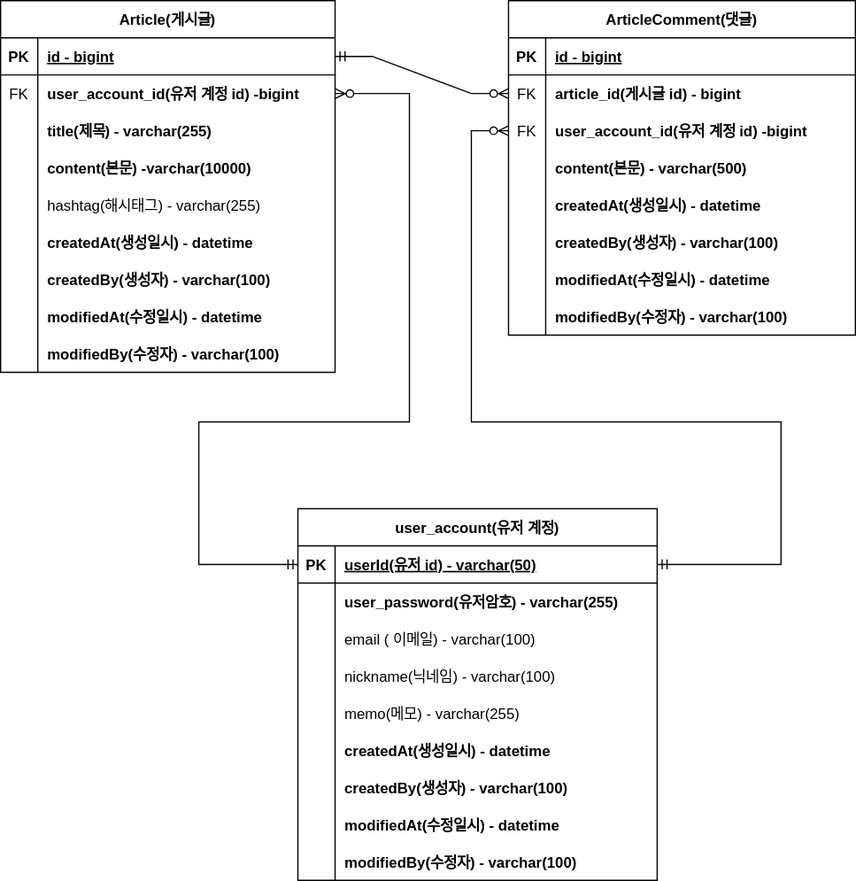
astrataraxia/fastcampus-project-board keeps this draw.io diagram as document/project-board-erd.svg. Above is the earlier version. Source tidied: cells renumbered, new cells last; positions are measured from the earlier drawing's top-left corner, leaving out a move shared by most shapes.
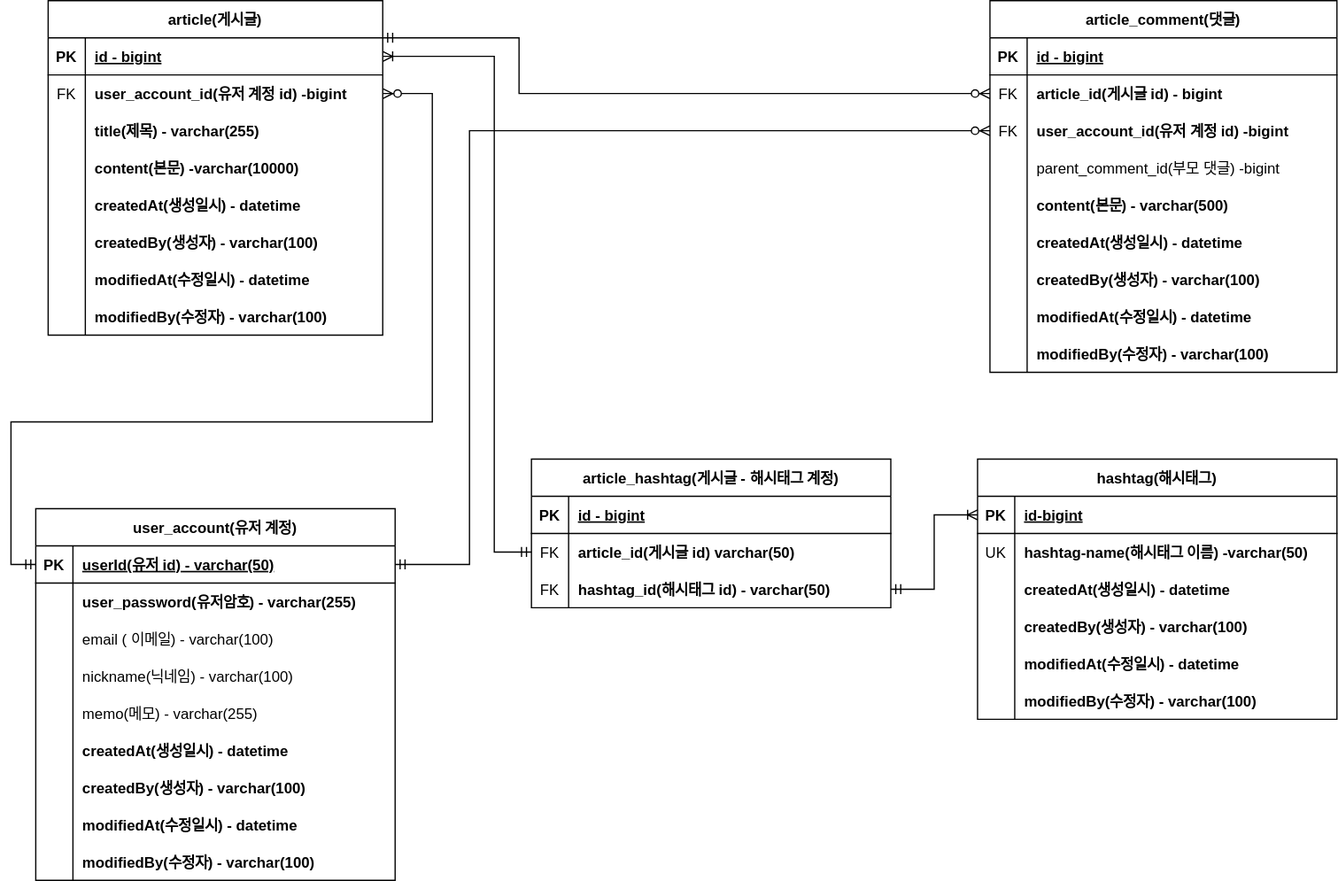
Above is the later version.

Commit message:
#52-project-board-erd.svg 업데이트 대댓글, 해시태그

The edit, as a diff of the source:
```diff
@@ -2,8 +2,8 @@
   <root>
     <mxCell id="0" />
     <mxCell id="1" parent="0" />
-    <mxCell id="2" value="Article(게시글)" style="shape=table;startSize=30;rowLines=0;fontStyle=1;align=center;" parent="1" vertex="1">
-      <mxGeometry width="270" height="300" as="geometry" />
+    <mxCell id="2" value="article(게시글)" style="shape=table;startSize=30;rowLines=0;fontStyle=1;align=center;" parent="1" vertex="1">
+      <mxGeometry x="-50" width="270" height="270" as="geometry" />
     </mxCell>
     <mxCell id="3" style="shape=partialRectangle;fillColor=none;points=[[0,0.5],[1,0.5]];portConstraint=eastwest;top=0;left=0;right=0;bottom=1;" parent="2" vertex="1">
       <mxGeometry y="30" width="270" height="30" as="geometry" />
@@ -41,17 +41,8 @@
     <mxCell id="14" value="content(본문) -varchar(10000)" style="shape=partialRectangle;overflow=hidden;fillColor=none;top=0;left=0;bottom=0;right=0;align=left;spacingLeft=6;fontStyle=1;" parent="12" vertex="1">
       <mxGeometry x="30" width="240" height="30" as="geometry" />
     </mxCell>
-    <mxCell id="15" style="shape=partialRectangle;fillColor=none;top=0;left=0;right=0;bottom=0;" parent="2" vertex="1">
-      <mxGeometry y="150" width="270" height="30" as="geometry" />
-    </mxCell>
-    <mxCell id="16" style="shape=partialRectangle;overflow=hidden;fillColor=none;top=0;left=0;bottom=0;right=0;" parent="15" vertex="1">
-      <mxGeometry width="30" height="30" as="geometry" />
-    </mxCell>
-    <mxCell id="17" value="hashtag(해시태그) - varchar(255)" style="shape=partialRectangle;overflow=hidden;fillColor=none;top=0;left=0;bottom=0;right=0;align=left;spacingLeft=6;" parent="15" vertex="1">
-      <mxGeometry x="30" width="240" height="30" as="geometry" />
-    </mxCell>
     <mxCell id="18" style="shape=partialRectangle;fillColor=none;top=0;left=0;right=0;bottom=0;" parent="2" vertex="1">
-      <mxGeometry y="180" width="270" height="30" as="geometry" />
+      <mxGeometry y="150" width="270" height="30" as="geometry" />
     </mxCell>
     <mxCell id="19" style="shape=partialRectangle;overflow=hidden;fillColor=none;top=0;left=0;bottom=0;right=0;" parent="18" vertex="1">
       <mxGeometry width="30" height="30" as="geometry" />
@@ -60,7 +51,7 @@
       <mxGeometry x="30" width="240" height="30" as="geometry" />
     </mxCell>
     <mxCell id="21" style="shape=partialRectangle;fillColor=none;top=0;left=0;right=0;bottom=0;" parent="2" vertex="1">
-      <mxGeometry y="210" width="270" height="30" as="geometry" />
+      <mxGeometry y="180" width="270" height="30" as="geometry" />
     </mxCell>
     <mxCell id="22" style="shape=partialRectangle;overflow=hidden;fillColor=none;top=0;left=0;bottom=0;right=0;" parent="21" vertex="1">
       <mxGeometry width="30" height="30" as="geometry" />
@@ -69,7 +60,7 @@
       <mxGeometry x="30" width="240" height="30" as="geometry" />
     </mxCell>
     <mxCell id="24" style="shape=partialRectangle;fillColor=none;top=0;left=0;right=0;bottom=0;" parent="2" vertex="1">
-      <mxGeometry y="240" width="270" height="30" as="geometry" />
+      <mxGeometry y="210" width="270" height="30" as="geometry" />
     </mxCell>
     <mxCell id="25" style="shape=partialRectangle;overflow=hidden;fillColor=none;top=0;left=0;bottom=0;right=0;" parent="24" vertex="1">
       <mxGeometry width="30" height="30" as="geometry" />
@@ -78,7 +69,7 @@
       <mxGeometry x="30" width="240" height="30" as="geometry" />
     </mxCell>
     <mxCell id="27" style="shape=partialRectangle;fillColor=none;top=0;left=0;right=0;bottom=0;" parent="2" vertex="1">
-      <mxGeometry y="270" width="270" height="30" as="geometry" />
+      <mxGeometry y="240" width="270" height="30" as="geometry" />
     </mxCell>
     <mxCell id="28" style="shape=partialRectangle;overflow=hidden;fillColor=none;top=0;left=0;bottom=0;right=0;" parent="27" vertex="1">
       <mxGeometry width="30" height="30" as="geometry" />
@@ -86,8 +77,8 @@
     <mxCell id="29" value="modifiedBy(수정자) - varchar(100)" style="shape=partialRectangle;overflow=hidden;fillColor=none;top=0;left=0;bottom=0;right=0;align=left;spacingLeft=6;fontStyle=1;" parent="27" vertex="1">
       <mxGeometry x="30" width="240" height="30" as="geometry" />
     </mxCell>
-    <mxCell id="30" value="ArticleComment(댓글)" style="shape=table;startSize=30;rowLines=0;fontStyle=1;align=center;" parent="1" vertex="1">
-      <mxGeometry x="410" width="280" height="270" as="geometry" />
+    <mxCell id="30" value="article_comment(댓글)" style="shape=table;startSize=30;rowLines=0;fontStyle=1;align=center;" parent="1" vertex="1">
+      <mxGeometry x="710" width="280" height="300" as="geometry" />
     </mxCell>
     <mxCell id="31" style="shape=partialRectangle;fillColor=none;top=0;left=0;right=0;bottom=1;" parent="30" vertex="1">
       <mxGeometry y="30" width="280" height="30" as="geometry" />
@@ -122,11 +113,20 @@
     <mxCell id="41" style="shape=partialRectangle;overflow=hidden;fillColor=none;top=0;left=0;bottom=0;right=0;" parent="40" vertex="1">
       <mxGeometry width="30" height="30" as="geometry" />
     </mxCell>
-    <mxCell id="42" value="content(본문) - varchar(500)" style="shape=partialRectangle;overflow=hidden;fillColor=none;top=0;left=0;bottom=0;right=0;align=left;spacingLeft=6;fontStyle=1;" parent="40" vertex="1">
+    <mxCell id="42" value="parent_comment_id(부모 댓글) -bigint" style="shape=partialRectangle;overflow=hidden;fillColor=none;top=0;left=0;bottom=0;right=0;align=left;spacingLeft=6;fontStyle=0;" parent="40" vertex="1">
       <mxGeometry x="30" width="250" height="30" as="geometry" />
     </mxCell>
+    <mxCell id="86" style="shape=partialRectangle;fillColor=none;top=0;left=0;right=0;bottom=0;" parent="30" vertex="1">
+      <mxGeometry y="150" width="280" height="30" as="geometry" />
+    </mxCell>
+    <mxCell id="16" style="shape=partialRectangle;overflow=hidden;fillColor=none;top=0;left=0;bottom=0;right=0;" parent="86" vertex="1">
+      <mxGeometry width="30" height="30" as="geometry" />
+    </mxCell>
+    <mxCell id="87" value="content(본문) - varchar(500)" style="shape=partialRectangle;overflow=hidden;fillColor=none;top=0;left=0;bottom=0;right=0;align=left;spacingLeft=6;fontStyle=1;" parent="86" vertex="1">
+      <mxGeometry x="30" width="250" height="30" as="geometry" />
+    </mxCell>
     <mxCell id="43" style="shape=partialRectangle;fillColor=none;top=0;left=0;right=0;bottom=0;" parent="30" vertex="1">
-      <mxGeometry y="150" width="280" height="30" as="geometry" />
+      <mxGeometry y="180" width="280" height="30" as="geometry" />
     </mxCell>
     <mxCell id="44" style="shape=partialRectangle;overflow=hidden;fillColor=none;top=0;left=0;bottom=0;right=0;" parent="43" vertex="1">
       <mxGeometry width="30" height="30" as="geometry" />
@@ -135,7 +135,7 @@
       <mxGeometry x="30" width="250" height="30" as="geometry" />
     </mxCell>
     <mxCell id="46" style="shape=partialRectangle;fillColor=none;top=0;left=0;right=0;bottom=0;" parent="30" vertex="1">
-      <mxGeometry y="180" width="280" height="30" as="geometry" />
+      <mxGeometry y="210" width="280" height="30" as="geometry" />
     </mxCell>
     <mxCell id="47" style="shape=partialRectangle;overflow=hidden;fillColor=none;top=0;left=0;bottom=0;right=0;" parent="46" vertex="1">
       <mxGeometry width="30" height="30" as="geometry" />
@@ -144,7 +144,7 @@
       <mxGeometry x="30" width="250" height="30" as="geometry" />
     </mxCell>
     <mxCell id="49" style="shape=partialRectangle;fillColor=none;top=0;left=0;right=0;bottom=0;" parent="30" vertex="1">
-      <mxGeometry y="210" width="280" height="30" as="geometry" />
+      <mxGeometry y="240" width="280" height="30" as="geometry" />
     </mxCell>
     <mxCell id="50" style="shape=partialRectangle;overflow=hidden;fillColor=none;top=0;left=0;bottom=0;right=0;" parent="49" vertex="1">
       <mxGeometry width="30" height="30" as="geometry" />
@@ -153,7 +153,7 @@
       <mxGeometry x="30" width="250" height="30" as="geometry" />
     </mxCell>
     <mxCell id="52" style="shape=partialRectangle;fillColor=none;top=0;left=0;right=0;bottom=0;" parent="30" vertex="1">
-      <mxGeometry y="240" width="280" height="30" as="geometry" />
+      <mxGeometry y="270" width="280" height="30" as="geometry" />
     </mxCell>
     <mxCell id="53" style="shape=partialRectangle;overflow=hidden;fillColor=none;top=0;left=0;bottom=0;right=0;" parent="52" vertex="1">
       <mxGeometry width="30" height="30" as="geometry" />
@@ -161,11 +161,16 @@
     <mxCell id="54" value="modifiedBy(수정자) - varchar(100)" style="shape=partialRectangle;overflow=hidden;fillColor=none;top=0;left=0;bottom=0;right=0;align=left;spacingLeft=6;fontStyle=1;" parent="52" vertex="1">
       <mxGeometry x="30" width="250" height="30" as="geometry" />
     </mxCell>
-    <mxCell id="55" style="edgeStyle=entityRelationEdgeStyle;fontSize=12;html=1;endArrow=ERzeroToMany;startArrow=ERmandOne;rounded=0;entryX=0;entryY=0.5;entryDx=0;entryDy=0;" parent="1" edge="1" source="3" target="34">
-      <mxGeometry relative="1" as="geometry" />
+    <mxCell id="55" style="edgeStyle=orthogonalEdgeStyle;fontSize=12;html=1;endArrow=ERzeroToMany;startArrow=ERmandOne;rounded=0;entryX=0;entryY=0.5;entryDx=0;entryDy=0;" parent="1" edge="1" source="3" target="34">
+      <mxGeometry relative="1" as="geometry">
+        <Array as="points">
+          <mxPoint x="330" y="30" />
+          <mxPoint x="330" y="75" />
+        </Array>
+      </mxGeometry>
     </mxCell>
     <mxCell id="56" value="user_account(유저 계정)" style="shape=table;startSize=30;rowLines=0;fontStyle=1;align=center;" parent="1" vertex="1">
-      <mxGeometry x="240" y="410" width="290" height="300" as="geometry" />
+      <mxGeometry x="-60" y="410" width="290" height="300" as="geometry" />
     </mxCell>
     <mxCell id="57" style="shape=tableRow;horizontal=0;startSize=0;swimlaneHead=0;swimlaneBody=0;fillColor=none;points=[[0,0.5],[1,0.5]];portConstraint=eastwest;top=0;left=0;right=0;bottom=1;" parent="56" vertex="1">
       <mxGeometry y="30" width="290" height="30" as="geometry" />
@@ -251,22 +256,118 @@
     <mxCell id="84" style="edgeStyle=orthogonalEdgeStyle;fontSize=12;html=1;endArrow=ERzeroToMany;startArrow=ERmandOne;rounded=0;entryX=1;entryY=0.5;entryDx=0;entryDy=0;exitX=0;exitY=0.5;exitDx=0;exitDy=0;elbow=vertical;" parent="1" edge="1" source="57" target="6">
       <mxGeometry relative="1" as="geometry">
         <Array as="points">
-          <mxPoint x="160" y="455" />
-          <mxPoint x="160" y="340" />
-          <mxPoint x="330" y="340" />
-          <mxPoint x="330" y="75" />
+          <mxPoint x="-80" y="455" />
+          <mxPoint x="-80" y="340" />
+          <mxPoint x="260" y="340" />
+          <mxPoint x="260" y="75" />
         </Array>
       </mxGeometry>
     </mxCell>
     <mxCell id="85" style="edgeStyle=orthogonalEdgeStyle;fontSize=12;html=1;endArrow=ERzeroToMany;startArrow=ERmandOne;rounded=0;entryX=0;entryY=0.5;entryDx=0;entryDy=0;exitX=1;exitY=0.5;exitDx=0;exitDy=0;elbow=vertical;" parent="1" edge="1" source="57" target="37">
       <mxGeometry relative="1" as="geometry">
         <Array as="points">
-          <mxPoint x="630" y="455" />
-          <mxPoint x="630" y="340" />
-          <mxPoint x="380" y="340" />
-          <mxPoint x="380" y="105" />
+          <mxPoint x="290" y="455" />
+          <mxPoint x="290" y="105" />
         </Array>
       </mxGeometry>
     </mxCell>
+    <mxCell id="88" value="article_hashtag(게시글 - 해시태그 계정)" style="shape=table;startSize=30;rowLines=0;fontStyle=1;align=center;" parent="1" vertex="1">
+      <mxGeometry x="340" y="370" width="290" height="120" as="geometry" />
+    </mxCell>
+    <mxCell id="89" style="shape=tableRow;horizontal=0;startSize=0;swimlaneHead=0;swimlaneBody=0;fillColor=none;top=0;left=0;right=0;bottom=1;" parent="88" vertex="1">
+      <mxGeometry y="30" width="290" height="30" as="geometry" />
+    </mxCell>
+    <mxCell id="90" value="PK" style="shape=partialRectangle;fillColor=none;top=0;left=0;bottom=0;right=0;fontStyle=1;overflow=hidden;" parent="89" vertex="1">
+      <mxGeometry width="30" height="30" as="geometry" />
+    </mxCell>
+    <mxCell id="91" value="id - bigint" style="shape=partialRectangle;fillColor=none;top=0;left=0;bottom=0;right=0;align=left;spacingLeft=6;fontStyle=5;overflow=hidden;" parent="89" vertex="1">
+      <mxGeometry x="30" width="260" height="30" as="geometry" />
+    </mxCell>
+    <mxCell id="92" style="shape=tableRow;horizontal=0;startSize=0;swimlaneHead=0;swimlaneBody=0;fillColor=none;points=[[0,0.5],[1,0.5]];portConstraint=eastwest;top=0;left=0;right=0;bottom=0;" parent="88" vertex="1">
+      <mxGeometry y="60" width="290" height="30" as="geometry" />
+    </mxCell>
+    <mxCell id="93" value="FK" style="shape=partialRectangle;fillColor=none;top=0;left=0;bottom=0;right=0;overflow=hidden;" parent="92" vertex="1">
+      <mxGeometry width="30" height="30" as="geometry" />
+    </mxCell>
+    <mxCell id="94" value="article_id(게시글 id) varchar(50)" style="shape=partialRectangle;fillColor=none;top=0;left=0;bottom=0;right=0;align=left;spacingLeft=6;overflow=hidden;fontStyle=1;" parent="92" vertex="1">
+      <mxGeometry x="30" width="260" height="30" as="geometry" />
+    </mxCell>
+    <mxCell id="95" style="shape=tableRow;horizontal=0;startSize=0;swimlaneHead=0;swimlaneBody=0;fillColor=none;points=[[0,0.5],[1,0.5]];portConstraint=eastwest;top=0;left=0;right=0;bottom=0;" parent="88" vertex="1">
+      <mxGeometry y="90" width="290" height="30" as="geometry" />
+    </mxCell>
+    <mxCell id="96" value="FK" style="shape=partialRectangle;fillColor=none;top=0;left=0;bottom=0;right=0;overflow=hidden;" parent="95" vertex="1">
+      <mxGeometry width="30" height="30" as="geometry" />
+    </mxCell>
+    <mxCell id="97" value="hashtag_id(해시태그 id) - varchar(50)" style="shape=partialRectangle;fillColor=none;top=0;left=0;bottom=0;right=0;align=left;spacingLeft=6;overflow=hidden;fontStyle=1;" parent="95" vertex="1">
+      <mxGeometry x="30" width="260" height="30" as="geometry" />
+    </mxCell>
+    <mxCell id="98" value="hashtag(해시태그)" style="shape=table;startSize=30;rowLines=0;fontStyle=1;align=center;" parent="1" vertex="1">
+      <mxGeometry x="700" y="370" width="290" height="210" as="geometry" />
+    </mxCell>
+    <mxCell id="99" style="shape=tableRow;horizontal=0;startSize=0;swimlaneHead=0;swimlaneBody=0;fillColor=none;points=[[0,0.5],[1,0.5]];portConstraint=eastwest;top=0;left=0;right=0;bottom=1;" parent="98" vertex="1">
+      <mxGeometry y="30" width="290" height="30" as="geometry" />
+    </mxCell>
+    <mxCell id="100" value="PK" style="shape=partialRectangle;fillColor=none;top=0;left=0;bottom=0;right=0;fontStyle=1;overflow=hidden;" parent="99" vertex="1">
+      <mxGeometry width="30" height="30" as="geometry" />
+    </mxCell>
+    <mxCell id="101" value="id-bigint" style="shape=partialRectangle;fillColor=none;top=0;left=0;bottom=0;right=0;align=left;spacingLeft=6;fontStyle=5;overflow=hidden;" parent="99" vertex="1">
+      <mxGeometry x="30" width="260" height="30" as="geometry" />
+    </mxCell>
+    <mxCell id="102" style="shape=tableRow;horizontal=0;startSize=0;swimlaneHead=0;swimlaneBody=0;fillColor=none;top=0;left=0;right=0;bottom=0;" parent="98" vertex="1">
+      <mxGeometry y="60" width="290" height="30" as="geometry" />
+    </mxCell>
+    <mxCell id="103" value="UK" style="shape=partialRectangle;fillColor=none;top=0;left=0;bottom=0;right=0;overflow=hidden;" parent="102" vertex="1">
+      <mxGeometry width="30" height="30" as="geometry" />
+    </mxCell>
+    <mxCell id="104" value="hashtag-name(해시태그 이름) -varchar(50)" style="shape=partialRectangle;fillColor=none;top=0;left=0;bottom=0;right=0;align=left;spacingLeft=6;overflow=hidden;fontStyle=1;" parent="102" vertex="1">
+      <mxGeometry x="30" width="260" height="30" as="geometry" />
+    </mxCell>
+    <mxCell id="105" style="shape=tableRow;horizontal=0;startSize=0;swimlaneHead=0;swimlaneBody=0;fillColor=none;top=0;left=0;right=0;bottom=0;" parent="98" vertex="1">
+      <mxGeometry y="90" width="290" height="30" as="geometry" />
+    </mxCell>
+    <mxCell id="106" style="shape=partialRectangle;fillColor=none;top=0;left=0;bottom=0;right=0;overflow=hidden;" parent="105" vertex="1">
+      <mxGeometry width="30" height="30" as="geometry" />
+    </mxCell>
+    <mxCell id="107" value="createdAt(생성일시) - datetime" style="shape=partialRectangle;fillColor=none;top=0;left=0;bottom=0;right=0;align=left;spacingLeft=6;overflow=hidden;fontStyle=1;" parent="105" vertex="1">
+      <mxGeometry x="30" width="260" height="30" as="geometry" />
+    </mxCell>
+    <mxCell id="108" style="shape=tableRow;horizontal=0;startSize=0;swimlaneHead=0;swimlaneBody=0;fillColor=none;top=0;left=0;right=0;bottom=0;" parent="98" vertex="1">
+      <mxGeometry y="120" width="290" height="30" as="geometry" />
+    </mxCell>
+    <mxCell id="109" style="shape=partialRectangle;fillColor=none;top=0;left=0;bottom=0;right=0;overflow=hidden;" parent="108" vertex="1">
+      <mxGeometry width="30" height="30" as="geometry" />
+    </mxCell>
+    <mxCell id="110" value="createdBy(생성자) - varchar(100)" style="shape=partialRectangle;fillColor=none;top=0;left=0;bottom=0;right=0;align=left;spacingLeft=6;overflow=hidden;fontStyle=1;" parent="108" vertex="1">
+      <mxGeometry x="30" width="260" height="30" as="geometry" />
+    </mxCell>
+    <mxCell id="111" style="shape=tableRow;horizontal=0;startSize=0;swimlaneHead=0;swimlaneBody=0;fillColor=none;top=0;left=0;right=0;bottom=0;" parent="98" vertex="1">
+      <mxGeometry y="150" width="290" height="30" as="geometry" />
+    </mxCell>
+    <mxCell id="112" style="shape=partialRectangle;fillColor=none;top=0;left=0;bottom=0;right=0;overflow=hidden;" parent="111" vertex="1">
+      <mxGeometry width="30" height="30" as="geometry" />
+    </mxCell>
+    <mxCell id="113" value="modifiedAt(수정일시) - datetime" style="shape=partialRectangle;fillColor=none;top=0;left=0;bottom=0;right=0;align=left;spacingLeft=6;overflow=hidden;fontStyle=1;" parent="111" vertex="1">
+      <mxGeometry x="30" width="260" height="30" as="geometry" />
+    </mxCell>
+    <mxCell id="114" style="shape=tableRow;horizontal=0;startSize=0;swimlaneHead=0;swimlaneBody=0;fillColor=none;top=0;left=0;right=0;bottom=0;" parent="98" vertex="1">
+      <mxGeometry y="180" width="290" height="30" as="geometry" />
+    </mxCell>
+    <mxCell id="115" style="shape=partialRectangle;fillColor=none;top=0;left=0;bottom=0;right=0;overflow=hidden;" parent="114" vertex="1">
+      <mxGeometry width="30" height="30" as="geometry" />
+    </mxCell>
+    <mxCell id="116" value="modifiedBy(수정자) - varchar(100)" style="shape=partialRectangle;fillColor=none;top=0;left=0;bottom=0;right=0;align=left;spacingLeft=6;overflow=hidden;fontStyle=1;" parent="114" vertex="1">
+      <mxGeometry x="30" width="260" height="30" as="geometry" />
+    </mxCell>
+    <mxCell id="117" style="edgeStyle=orthogonalEdgeStyle;rounded=0;jettySize=auto;html=1;exitX=0;exitY=0.5;exitDx=0;exitDy=0;entryX=1;entryY=0.5;entryDx=0;entryDy=0;endArrow=ERoneToMany;endFill=0;startArrow=ERmandOne;startFill=0;" parent="1" edge="1" source="92" target="3">
+      <mxGeometry relative="1" as="geometry">
+        <Array as="points">
+          <mxPoint x="310" y="445" />
+          <mxPoint x="310" y="45" />
+        </Array>
+      </mxGeometry>
+    </mxCell>
+    <mxCell id="118" style="edgeStyle=orthogonalEdgeStyle;rounded=0;jettySize=auto;html=1;exitX=1;exitY=0.5;exitDx=0;exitDy=0;entryX=0;entryY=0.5;entryDx=0;entryDy=0;startArrow=ERmandOne;startFill=0;endArrow=ERoneToMany;endFill=0;" parent="1" edge="1" source="95" target="99">
+      <mxGeometry relative="1" as="geometry" />
+    </mxCell>
   </root>
 </mxGraphModel>
```
